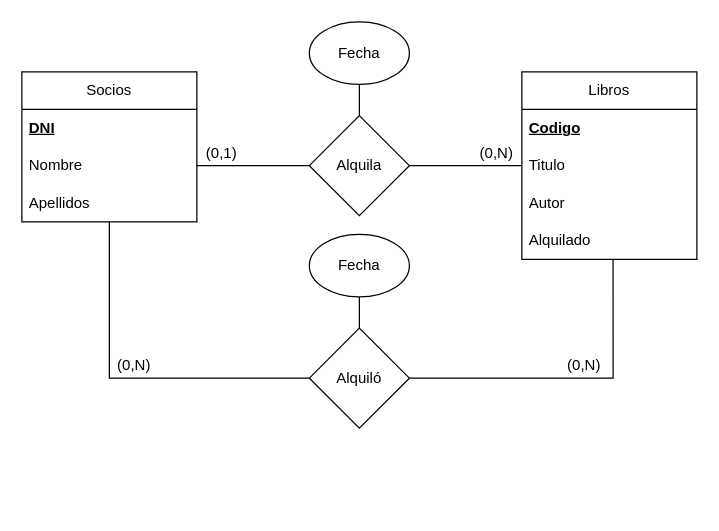
Before: Diagrama Sen nome.drawio in a21marcoscm/EntidadRelacion, a draw.io diagram. Source tidied: cells renumbered, new cells numbered last; positions are measured from the earlier drawing's top-left corner, leaving out a move shared by most shapes. Both pictures are drawn from the tidied source at 125%, with x=0, y=0 at pixel (21, 21).
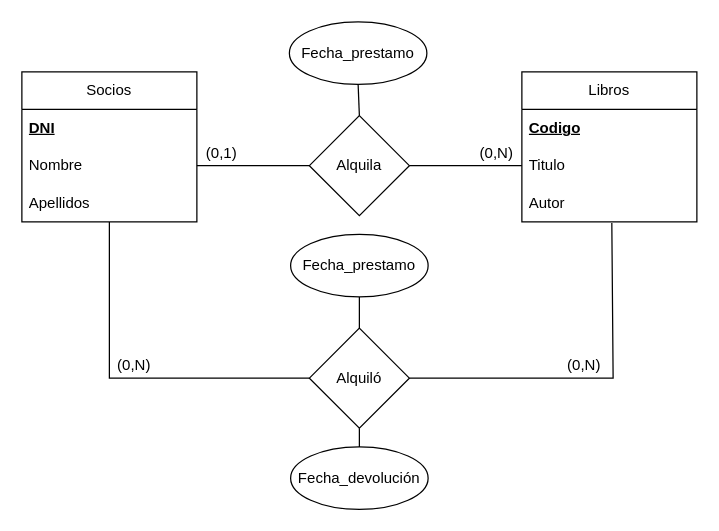
After the change.

The change refers to these unchanged cells:
```xml
<mxCell id="14" value="Autor" style="text;strokeColor=none;fillColor=none;align=left;verticalAlign=middle;spacingLeft=4;spacingRight=4;overflow=hidden;points=[[0,0.5],[1,0.5]];portConstraint=eastwest;whiteSpace=wrap;html=1;" parent="11" vertex="1">
  <mxGeometry y="90" width="140" height="30" as="geometry" />
</mxCell>
<mxCell id="16" value="Alquiló" style="rhombus;whiteSpace=wrap;html=1;" parent="1" vertex="1">
  <mxGeometry x="230" y="245" width="80" height="80" as="geometry" />
</mxCell>
```

What changed in the source:
```diff
@@
-    <mxCell id="9" value="Fecha" style="ellipse;whiteSpace=wrap;html=1;" parent="1" vertex="1">
-      <mxGeometry x="230" width="80" height="50" as="geometry" />
+    <mxCell id="9" value="Fecha_prestamo" style="ellipse;whiteSpace=wrap;html=1;" parent="1" vertex="1">
+      <mxGeometry x="214" width="110" height="50" as="geometry" />
     </mxCell>
@@
     <mxCell id="11" value="Libros" style="swimlane;fontStyle=0;horizontal=1;startSize=30;whiteSpace=wrap;html=1;" parent="1" vertex="1">
-      <mxGeometry x="400" y="40" width="140" height="150" as="geometry" />
+      <mxGeometry x="400" y="40" width="140" height="120" as="geometry" />
     </mxCell>
@@
-    <mxCell id="15" value="Alquilado" style="text;strokeColor=none;fillColor=none;align=left;verticalAlign=middle;spacingLeft=4;spacingRight=4;overflow=hidden;points=[[0,0.5],[1,0.5]];portConstraint=eastwest;whiteSpace=wrap;html=1;" parent="11" vertex="1">
-      <mxGeometry y="120" width="140" height="30" as="geometry" />
-    </mxCell>
@@
-    <mxCell id="18" value="Fecha" style="ellipse;whiteSpace=wrap;html=1;" parent="1" vertex="1">
-      <mxGeometry x="230" y="170" width="80" height="50" as="geometry" />
+    <mxCell id="18" value="Fecha_prestamo" style="ellipse;whiteSpace=wrap;html=1;" parent="1" vertex="1">
+      <mxGeometry x="215" y="170" width="110" height="50" as="geometry" />
     </mxCell>
-    <mxCell id="19" style="endArrow=none;html=1;rounded=0;entryX=0.521;entryY=1;entryDx=0;entryDy=0;entryPerimeter=0;exitX=1;exitY=0.5;exitDx=0;exitDy=0;" parent="1" edge="1" source="16" target="15">
+    <mxCell id="19" style="endArrow=none;html=1;rounded=0;entryX=0.514;entryY=1.033;entryDx=0;entryDy=0;entryPerimeter=0;exitX=1;exitY=0.5;exitDx=0;exitDy=0;" parent="1" edge="1" source="16" target="14">
       <mxGeometry relative="1" as="geometry">
         <Array as="points">
           <mxPoint x="473" y="285" />
         </Array>
       </mxGeometry>
     </mxCell>
@@
+    <mxCell id="25" value="Fecha_devolución" style="ellipse;whiteSpace=wrap;html=1;" parent="1" vertex="1">
+      <mxGeometry x="215" y="340" width="110" height="50" as="geometry" />
+    </mxCell>
+    <mxCell id="26" style="endArrow=none;html=1;rounded=0;exitX=0.5;exitY=0;exitDx=0;exitDy=0;entryX=0.5;entryY=1;entryDx=0;entryDy=0;" parent="1" edge="1" source="25" target="16">
+      <mxGeometry relative="1" as="geometry" />
+    </mxCell>
```
